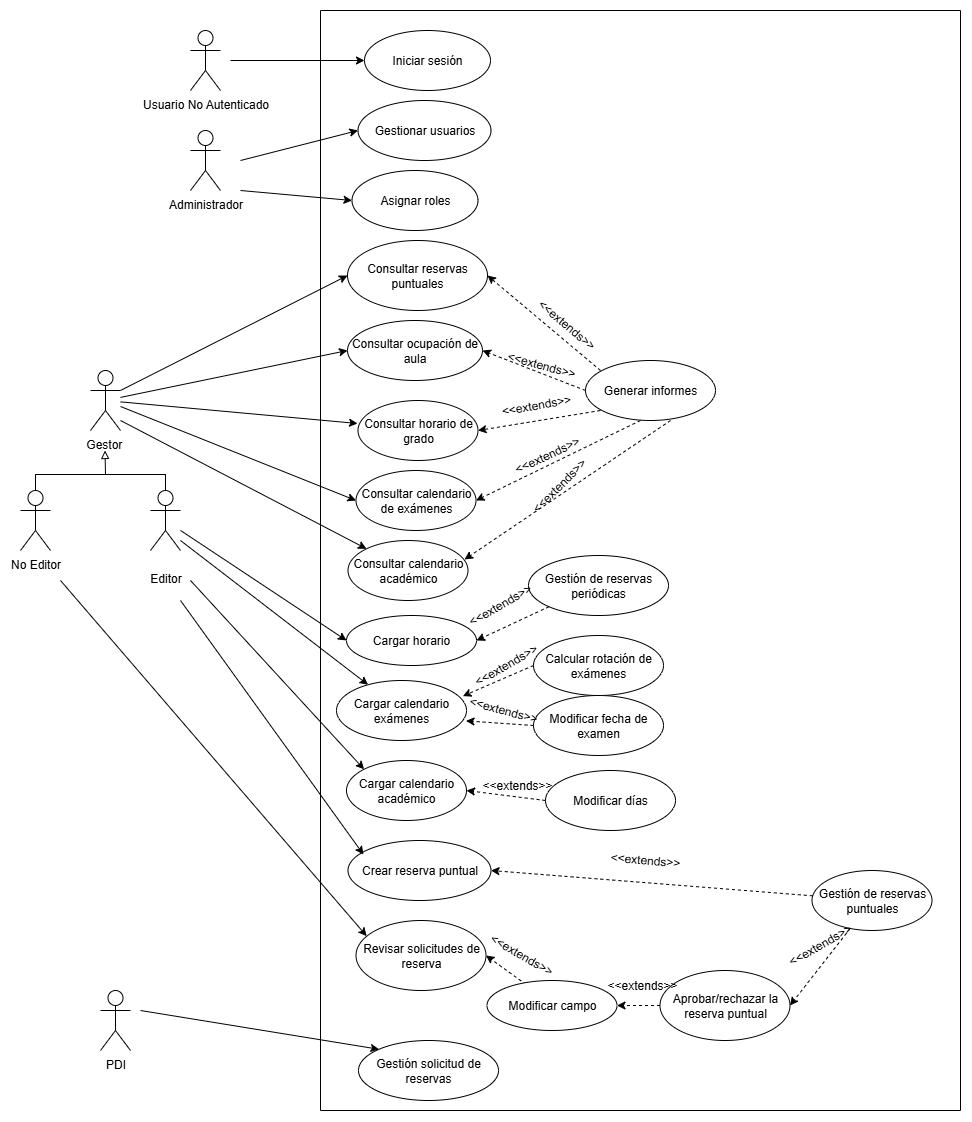
Earlier version of the draw.io export doc/img/Diagrama de casos de uso.png (rebecacuestaestepar/Trabajo-Fin-de-Grado-2025-2026). Source tidied: cells renumbered, new cells last; positions are measured from the earlier drawing's top-left corner, leaving out a move shared by most shapes.
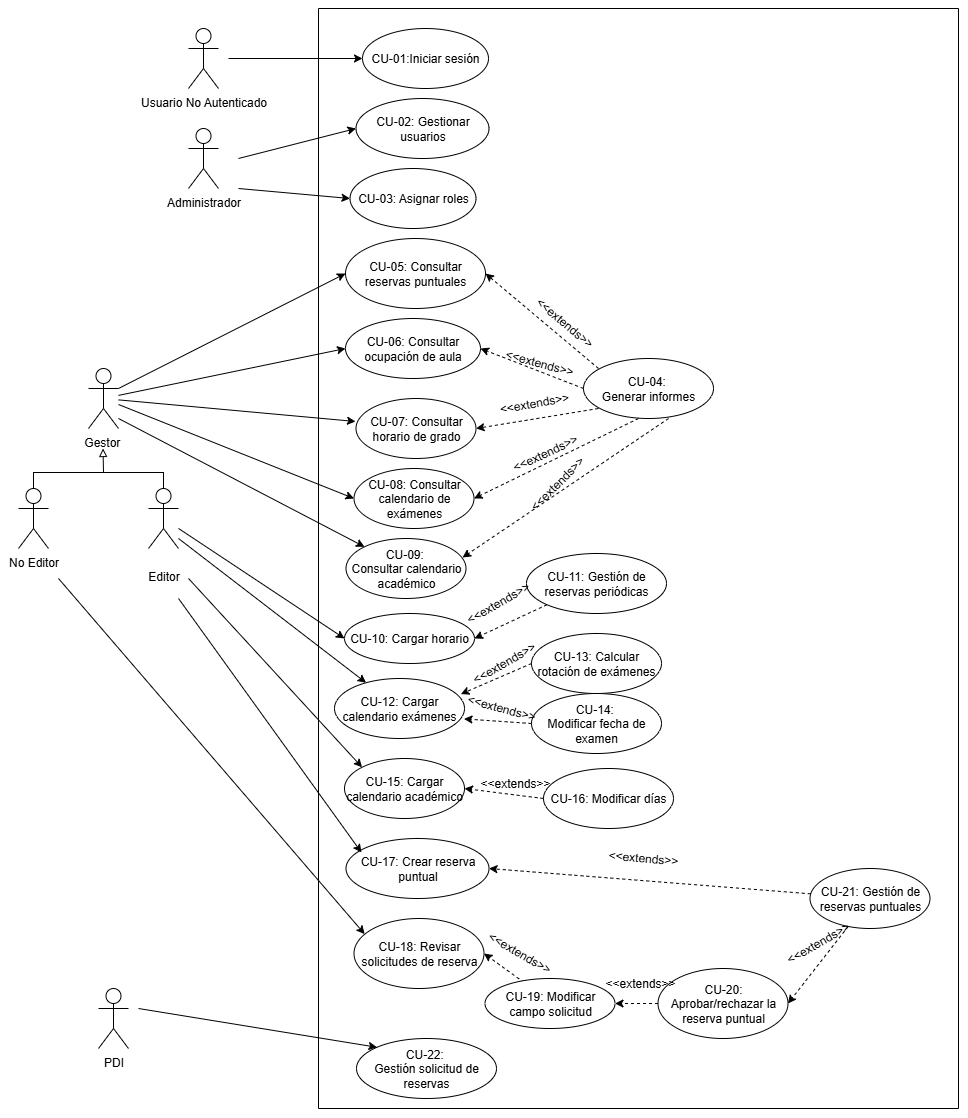
After the commit.

Commit message:
Añadir el identificador del caso de uso de cada uno en el diagrama

Diff of the diagram source:
```diff
@@ -14,55 +14,55 @@
     <mxCell id="5" value="PDI" style="shape=umlActor;verticalLabelPosition=bottom;verticalAlign=top;html=1;" parent="1" vertex="1">
       <mxGeometry x="80" y="980" width="30" height="60" as="geometry" />
     </mxCell>
-    <mxCell id="6" value="Iniciar sesión" style="ellipse;whiteSpace=wrap;html=1;" parent="1" vertex="1">
+    <mxCell id="6" value="CU-01:Iniciar sesión" style="ellipse;whiteSpace=wrap;html=1;" parent="1" vertex="1">
       <mxGeometry x="344" y="20" width="126" height="60" as="geometry" />
     </mxCell>
-    <mxCell id="7" value="Gestionar usuarios" style="ellipse;whiteSpace=wrap;html=1;" parent="1" vertex="1">
+    <mxCell id="7" value="CU-02: Gestionar usuarios" style="ellipse;whiteSpace=wrap;html=1;" parent="1" vertex="1">
       <mxGeometry x="337.5" y="90" width="133" height="60" as="geometry" />
     </mxCell>
-    <mxCell id="8" value="Asignar roles" style="ellipse;whiteSpace=wrap;html=1;" parent="1" vertex="1">
+    <mxCell id="8" value="CU-03: Asignar roles" style="ellipse;whiteSpace=wrap;html=1;" parent="1" vertex="1">
       <mxGeometry x="331.5" y="160" width="126" height="60" as="geometry" />
     </mxCell>
-    <mxCell id="9" value="Crear reserva puntual" style="ellipse;whiteSpace=wrap;html=1;" parent="1" vertex="1">
+    <mxCell id="9" value="CU-17: Crear reserva puntual" style="ellipse;whiteSpace=wrap;html=1;" parent="1" vertex="1">
       <mxGeometry x="327.5" y="830" width="143" height="60" as="geometry" />
     </mxCell>
-    <mxCell id="10" value="Gestión de reservas puntuales" style="ellipse;whiteSpace=wrap;html=1;" parent="1" vertex="1">
+    <mxCell id="10" value="CU-21: Gestión de reservas puntuales" style="ellipse;whiteSpace=wrap;html=1;" parent="1" vertex="1">
       <mxGeometry x="791.5" y="860" width="120" height="60" as="geometry" />
     </mxCell>
-    <mxCell id="11" value="Gestión solicitud de reservas" style="ellipse;whiteSpace=wrap;html=1;" parent="1" vertex="1">
+    <mxCell id="11" value="CU-22:&amp;nbsp;&lt;div&gt;Gestión solicitud de reservas&lt;/div&gt;" style="ellipse;whiteSpace=wrap;html=1;" parent="1" vertex="1">
       <mxGeometry x="338" y="1030" width="140" height="60" as="geometry" />
     </mxCell>
-    <mxCell id="12" value="Aprobar/rechazar la reserva puntual" style="ellipse;whiteSpace=wrap;html=1;" parent="1" vertex="1">
+    <mxCell id="12" value="CU-20: Aprobar/rechazar la reserva puntual" style="ellipse;whiteSpace=wrap;html=1;" parent="1" vertex="1">
       <mxGeometry x="639.5" y="960" width="130" height="70" as="geometry" />
     </mxCell>
-    <mxCell id="13" value="Revisar solicitudes de reserva" style="ellipse;whiteSpace=wrap;html=1;" parent="1" vertex="1">
+    <mxCell id="13" value="CU-18: Revisar solicitudes de reserva" style="ellipse;whiteSpace=wrap;html=1;" parent="1" vertex="1">
       <mxGeometry x="335.5" y="910" width="130" height="70" as="geometry" />
     </mxCell>
-    <mxCell id="14" value="Gestión de reservas periódicas" style="ellipse;whiteSpace=wrap;html=1;" parent="1" vertex="1">
+    <mxCell id="14" value="CU-11: Gestión de reservas periódicas" style="ellipse;whiteSpace=wrap;html=1;" parent="1" vertex="1">
       <mxGeometry x="508" y="545" width="140" height="60" as="geometry" />
     </mxCell>
-    <mxCell id="15" value="Cargar horario" style="ellipse;whiteSpace=wrap;html=1;" parent="1" vertex="1">
+    <mxCell id="15" value="CU-10: Cargar horario" style="ellipse;whiteSpace=wrap;html=1;" parent="1" vertex="1">
       <mxGeometry x="326" y="605" width="130" height="50" as="geometry" />
     </mxCell>
-    <mxCell id="16" value="Consultar ocupación de aula" style="ellipse;whiteSpace=wrap;html=1;" parent="1" vertex="1">
+    <mxCell id="16" value="CU-06: Consultar ocupación de aula" style="ellipse;whiteSpace=wrap;html=1;" parent="1" vertex="1">
       <mxGeometry x="327" y="310" width="135" height="60" as="geometry" />
     </mxCell>
-    <mxCell id="17" value="Consultar horario de grado" style="ellipse;whiteSpace=wrap;html=1;" parent="1" vertex="1">
+    <mxCell id="17" value="CU-07: Consultar horario de grado" style="ellipse;whiteSpace=wrap;html=1;" parent="1" vertex="1">
       <mxGeometry x="337.5" y="390" width="120" height="60" as="geometry" />
     </mxCell>
-    <mxCell id="18" value="Consultar reservas puntuales" style="ellipse;whiteSpace=wrap;html=1;" parent="1" vertex="1">
+    <mxCell id="18" value="CU-05: Consultar reservas puntuales" style="ellipse;whiteSpace=wrap;html=1;" parent="1" vertex="1">
       <mxGeometry x="327" y="230" width="140" height="70" as="geometry" />
     </mxCell>
-    <mxCell id="19" value="Cargar calendario exámenes" style="ellipse;whiteSpace=wrap;html=1;" parent="1" vertex="1">
+    <mxCell id="19" value="CU-12: Cargar calendario exámenes" style="ellipse;whiteSpace=wrap;html=1;" parent="1" vertex="1">
       <mxGeometry x="316" y="670" width="130" height="60" as="geometry" />
     </mxCell>
-    <mxCell id="20" value="Calcular rotación de exámenes" style="ellipse;whiteSpace=wrap;html=1;" parent="1" vertex="1">
+    <mxCell id="20" value="CU-13: Calcular rotación de exámenes" style="ellipse;whiteSpace=wrap;html=1;" parent="1" vertex="1">
       <mxGeometry x="513" y="625" width="130" height="60" as="geometry" />
     </mxCell>
-    <mxCell id="21" value="Modificar fecha de examen" style="ellipse;whiteSpace=wrap;html=1;" parent="1" vertex="1">
+    <mxCell id="21" value="CU-14:&amp;nbsp;&lt;div&gt;Modificar fecha de examen&lt;/div&gt;" style="ellipse;whiteSpace=wrap;html=1;" parent="1" vertex="1">
       <mxGeometry x="513" y="685" width="130" height="60" as="geometry" />
     </mxCell>
-    <mxCell id="22" value="Generar informes" style="ellipse;whiteSpace=wrap;html=1;" parent="1" vertex="1">
+    <mxCell id="22" value="CU-04:&amp;nbsp;&lt;div&gt;Generar informes&lt;/div&gt;" style="ellipse;whiteSpace=wrap;html=1;" parent="1" vertex="1">
       <mxGeometry x="565" y="350" width="130" height="60" as="geometry" />
     </mxCell>
     <mxCell id="23" style="endArrow=none;html=1;rounded=0;" parent="1" edge="1">
@@ -209,7 +209,7 @@
         <mxPoint x="580" y="400" as="sourcePoint" />
       </mxGeometry>
     </mxCell>
-    <mxCell id="57" value="Consultar calendario de exámenes" style="ellipse;whiteSpace=wrap;html=1;" parent="1" vertex="1">
+    <mxCell id="57" value="CU-08: Consultar calendario de exámenes" style="ellipse;whiteSpace=wrap;html=1;" parent="1" vertex="1">
       <mxGeometry x="335.5" y="460" width="120" height="60" as="geometry" />
     </mxCell>
     <mxCell id="58" style="endArrow=classic;html=1;rounded=0;entryX=0;entryY=0.5;entryDx=0;entryDy=0;" parent="1" edge="1" source="3" target="57">
@@ -238,7 +238,7 @@
     <mxCell id="65" value="&amp;lt;&amp;lt;extends&amp;gt;&amp;gt;" style="text;html=1;align=center;verticalAlign=middle;whiteSpace=wrap;rounded=0;rotation=30;" parent="1" vertex="1">
       <mxGeometry x="471.5" y="930" width="60" height="30" as="geometry" />
     </mxCell>
-    <mxCell id="66" value="Modificar campo" style="ellipse;whiteSpace=wrap;html=1;" parent="1" vertex="1">
+    <mxCell id="66" value="CU-19: Modificar campo solicitud" style="ellipse;whiteSpace=wrap;html=1;" parent="1" vertex="1">
       <mxGeometry x="466.5" y="970" width="130" height="50" as="geometry" />
     </mxCell>
     <mxCell id="67" style="endArrow=classic;html=1;rounded=0;entryX=1;entryY=0.5;entryDx=0;entryDy=0;exitX=0;exitY=0.5;exitDx=0;exitDy=0;dashed=1;" parent="1" edge="1" source="12" target="66">
@@ -247,7 +247,7 @@
     <mxCell id="68" value="&amp;lt;&amp;lt;extends&amp;gt;&amp;gt;" style="text;html=1;align=center;verticalAlign=middle;whiteSpace=wrap;rounded=0;rotation=0;" parent="1" vertex="1">
       <mxGeometry x="591.5" y="960" width="60" height="30" as="geometry" />
     </mxCell>
-    <mxCell id="69" value="Cargar calendario académico" style="ellipse;whiteSpace=wrap;html=1;" parent="1" vertex="1">
+    <mxCell id="69" value="CU-15: Cargar calendario académico" style="ellipse;whiteSpace=wrap;html=1;" parent="1" vertex="1">
       <mxGeometry x="326" y="750" width="120" height="60" as="geometry" />
     </mxCell>
     <mxCell id="70" style="endArrow=classic;html=1;rounded=0;entryX=0;entryY=0;entryDx=0;entryDy=0;" parent="1" edge="1" target="69">
@@ -255,7 +255,7 @@
         <mxPoint x="170" y="570" as="sourcePoint" />
       </mxGeometry>
     </mxCell>
-    <mxCell id="71" value="Consultar calendario académico" style="ellipse;whiteSpace=wrap;html=1;" parent="1" vertex="1">
+    <mxCell id="71" value="CU-09:&amp;nbsp;&lt;div&gt;Consultar calendario académico&lt;/div&gt;" style="ellipse;whiteSpace=wrap;html=1;" parent="1" vertex="1">
       <mxGeometry x="327.5" y="530" width="120" height="60" as="geometry" />
     </mxCell>
     <mxCell id="72" style="endArrow=classic;html=1;rounded=0;entryX=0.971;entryY=0.317;entryDx=0;entryDy=0;dashed=1;exitX=0.654;exitY=1;exitDx=0;exitDy=0;exitPerimeter=0;entryPerimeter=0;" parent="1" edge="1" source="22" target="71">
@@ -269,7 +269,7 @@
         <mxPoint x="100" y="410" as="sourcePoint" />
       </mxGeometry>
     </mxCell>
-    <mxCell id="75" value="Modificar días" style="ellipse;whiteSpace=wrap;html=1;" parent="1" vertex="1">
+    <mxCell id="75" value="CU-16: Modificar días" style="ellipse;whiteSpace=wrap;html=1;" parent="1" vertex="1">
       <mxGeometry x="525" y="760" width="130" height="60" as="geometry" />
     </mxCell>
     <mxCell id="76" style="endArrow=classic;html=1;rounded=0;entryX=1;entryY=0.5;entryDx=0;entryDy=0;exitX=0;exitY=0.5;exitDx=0;exitDy=0;dashed=1;" parent="1" edge="1" source="75" target="69">
```
